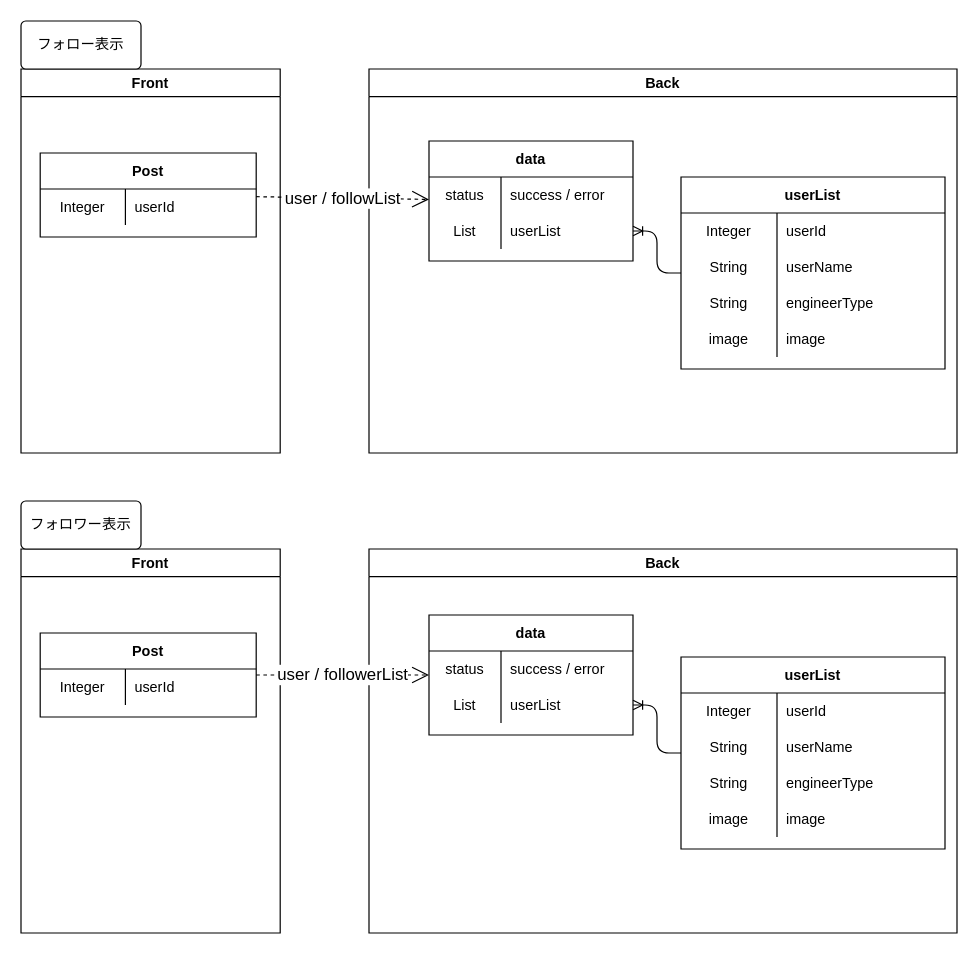
Earlier version of the draw.io diagram page "フォロー・フォロワーリスト" (6 of 16) of Designs/基本設計.drawio (yusuke-rakus/Qiish). Source tidied: cells renumbered, new cells numbered last; positions are measured from the earlier drawing's top-left corner, leaving out a move shared by most shapes. Both pictures are drawn from the tidied source at 120%, with x=0, y=0 at pixel (20, 20).
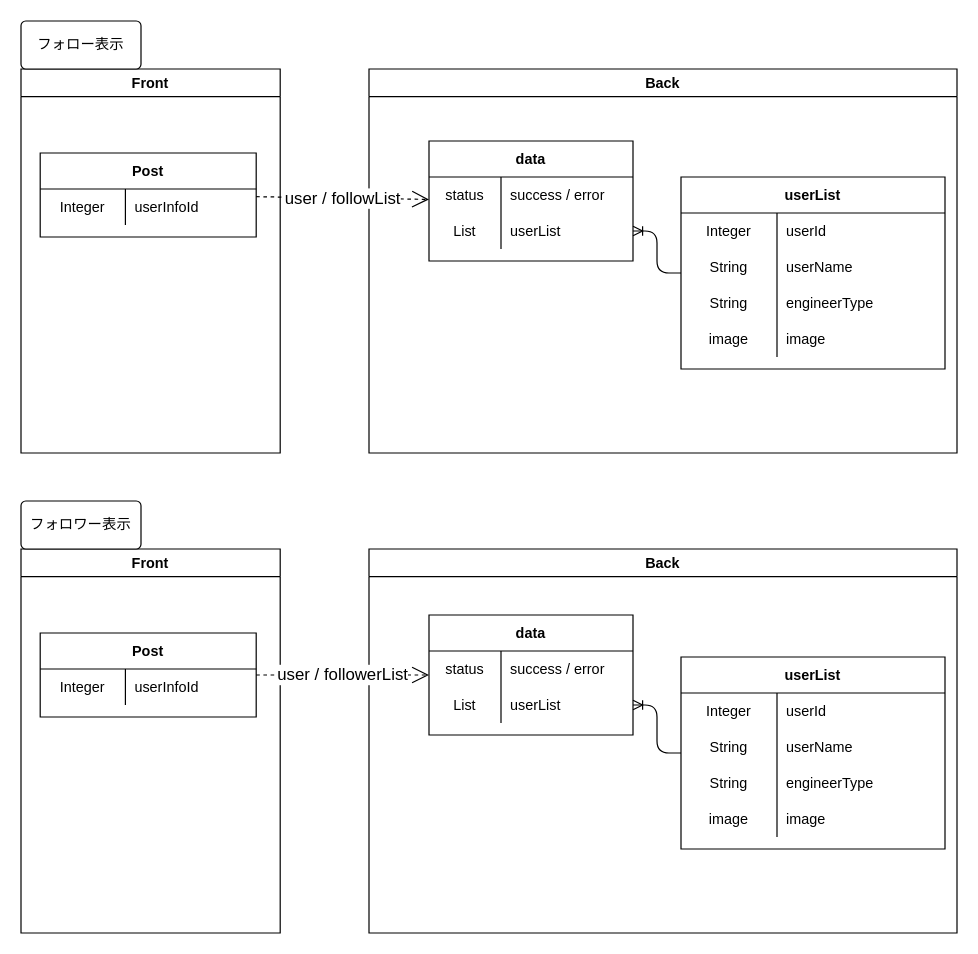
After the change.

The change refers to these unchanged cells:
```xml
<mxCell id="4" style="shape=partialRectangle;fillColor=none;top=0;left=0;bottom=0;right=0;" parent="3" vertex="1">
  <mxGeometry y="30" width="180" height="30" as="geometry" />
</mxCell>
<mxCell id="32" style="shape=partialRectangle;fillColor=none;top=0;left=0;bottom=0;right=0;" parent="31" vertex="1">
  <mxGeometry y="30" width="180" height="30" as="geometry" />
</mxCell>
```

The edit, as a diff of the source:
```diff
@@
-    <mxCell id="6" value="userId" style="shape=partialRectangle;fillColor=none;top=0;left=0;bottom=0;right=0;align=left;spacingLeft=6;overflow=hidden;" parent="4" vertex="1">
+    <mxCell id="6" value="userInfoId" style="shape=partialRectangle;fillColor=none;top=0;left=0;bottom=0;right=0;align=left;spacingLeft=6;overflow=hidden;" parent="4" vertex="1">
       <mxGeometry x="71" width="109" height="30" as="geometry" />
     </mxCell>
@@
-    <mxCell id="34" value="userId" style="shape=partialRectangle;fillColor=none;top=0;left=0;bottom=0;right=0;align=left;spacingLeft=6;overflow=hidden;" parent="32" vertex="1">
+    <mxCell id="34" value="userInfoId" style="shape=partialRectangle;fillColor=none;top=0;left=0;bottom=0;right=0;align=left;spacingLeft=6;overflow=hidden;" parent="32" vertex="1">
       <mxGeometry x="71" width="109" height="30" as="geometry" />
     </mxCell>
```
